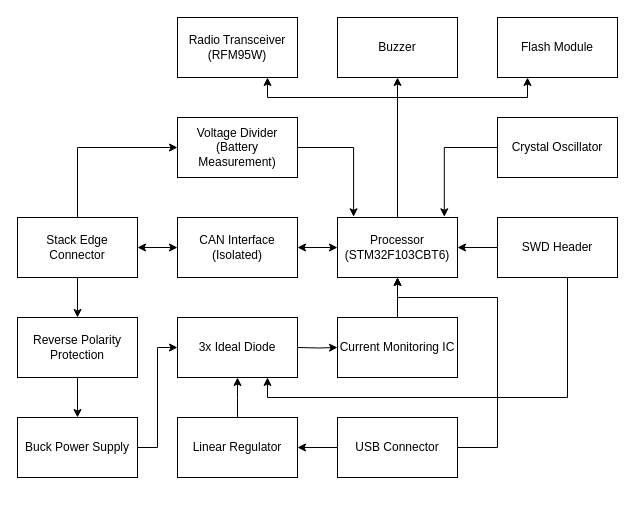
This is Diagrams/Communications_Module_Diagram.drawio from Queens-Rocket-Engineering-Team/Avionics-23-25, a draw.io file, before an edit. Source tidied: cells renumbered, new cells numbered last; positions are measured from the earlier drawing's top-left corner, leaving out a move shared by most shapes. Both pictures are drawn from the tidied source at 100%, with x=0, y=0 at pixel (17, 17).
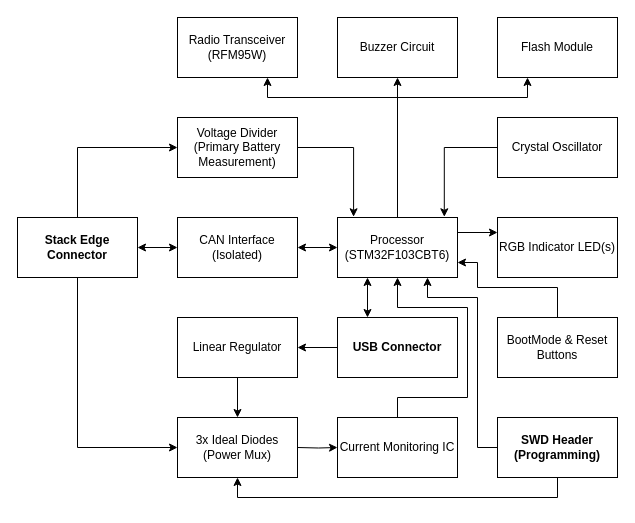
The same diagram, later.

The change refers to these unchanged cells:
```xml
<mxCell id="9" value="Processor&lt;br&gt;(STM32F103CBT6)" style="whiteSpace=wrap;html=1;" parent="1" vertex="1">
  <mxGeometry x="320" y="200" width="120" height="60" as="geometry" />
</mxCell>
```

The edit, as a diff of the source:
```diff
@@
-    <mxCell id="3" style="edgeStyle=orthogonalEdgeStyle;rounded=0;jettySize=auto;html=1;entryX=0;entryY=0.5;entryDx=0;entryDy=0;" parent="1" edge="1" source="5" target="28">
-      <mxGeometry relative="1" as="geometry">
-        <Array as="points">
-          <mxPoint x="60" y="130" />
-        </Array>
-      </mxGeometry>
-    </mxCell>
-    <mxCell id="4" style="edgeStyle=orthogonalEdgeStyle;rounded=0;jettySize=auto;html=1;" parent="1" edge="1" source="5" target="31">
-      <mxGeometry relative="1" as="geometry" />
-    </mxCell>
+    <mxCell id="35" style="edgeStyle=orthogonalEdgeStyle;rounded=0;jettySize=auto;html=1;entryX=0;entryY=0.5;entryDx=0;entryDy=0;" parent="1" edge="1" source="5" target="45">
+      <mxGeometry relative="1" as="geometry">
+        <Array as="points">
+          <mxPoint x="60" y="130" />
+        </Array>
+      </mxGeometry>
+    </mxCell>
+    <mxCell id="36" style="edgeStyle=orthogonalEdgeStyle;rounded=0;jettySize=auto;html=1;entryX=0;entryY=0.5;entryDx=0;entryDy=0;" parent="1" edge="1" source="5" target="46">
+      <mxGeometry relative="1" as="geometry">
+        <Array as="points">
+          <mxPoint x="60" y="430" />
+        </Array>
+      </mxGeometry>
+    </mxCell>
-    <mxCell id="5" value="&lt;div&gt;Stack Edge Connector&lt;/div&gt;" style="whiteSpace=wrap;html=1;" parent="1" vertex="1">
+    <mxCell id="5" value="&lt;div&gt;Stack Edge Connector&lt;/div&gt;" style="whiteSpace=wrap;html=1;fontStyle=1;" parent="1" vertex="1">
       <mxGeometry y="200" width="120" height="60" as="geometry" />
     </mxCell>
-    <mxCell id="6" style="edgeStyle=orthogonalEdgeStyle;rounded=0;jettySize=auto;html=1;exitX=0.5;exitY=0;exitDx=0;exitDy=0;entryX=0.5;entryY=1;entryDx=0;entryDy=0;" parent="1" edge="1" source="9" target="33">
-      <mxGeometry relative="1" as="geometry" />
-    </mxCell>
+    <mxCell id="37" style="edgeStyle=orthogonalEdgeStyle;rounded=0;jettySize=auto;html=1;exitX=0.5;exitY=0;exitDx=0;exitDy=0;entryX=0.5;entryY=1;entryDx=0;entryDy=0;" parent="1" edge="1" source="9" target="47">
+      <mxGeometry relative="1" as="geometry" />
+    </mxCell>
@@
+    <mxCell id="38" style="edgeStyle=orthogonalEdgeStyle;rounded=0;jettySize=auto;html=1;exitX=1;exitY=0.25;exitDx=0;exitDy=0;entryX=0;entryY=0.25;entryDx=0;entryDy=0;" parent="1" edge="1" source="9" target="48">
+      <mxGeometry relative="1" as="geometry" />
+    </mxCell>
@@
-    <mxCell id="12" style="edgeStyle=orthogonalEdgeStyle;rounded=0;jettySize=auto;html=1;" parent="1" edge="1" source="13">
-      <mxGeometry relative="1" as="geometry">
-        <mxPoint x="160" y="330" as="targetPoint" />
-        <Array as="points">
-          <mxPoint x="140" y="430" />
-          <mxPoint x="140" y="330" />
-        </Array>
-      </mxGeometry>
-    </mxCell>
-    <mxCell id="13" value="Buck Power Supply" style="whiteSpace=wrap;html=1;" parent="1" vertex="1">
-      <mxGeometry y="400" width="120" height="60" as="geometry" />
-    </mxCell>
-    <mxCell id="14" style="edgeStyle=orthogonalEdgeStyle;rounded=0;jettySize=auto;html=1;" parent="1" edge="1" source="15" target="9">
-      <mxGeometry relative="1" as="geometry" />
+    <mxCell id="14" style="edgeStyle=orthogonalEdgeStyle;rounded=0;jettySize=auto;html=1;exitX=0.5;exitY=0;exitDx=0;exitDy=0;entryX=0.5;entryY=1;entryDx=0;entryDy=0;" parent="1" edge="1" source="15" target="9">
+      <mxGeometry relative="1" as="geometry">
+        <Array as="points">
+          <mxPoint x="380" y="380" />
+          <mxPoint x="450" y="380" />
+          <mxPoint x="450" y="290" />
+          <mxPoint x="380" y="290" />
+        </Array>
+      </mxGeometry>
     </mxCell>
     <mxCell id="15" value="&lt;div&gt;Current Monitoring IC&lt;br&gt;&lt;/div&gt;" style="whiteSpace=wrap;html=1;" parent="1" vertex="1">
-      <mxGeometry x="320" y="300" width="120" height="60" as="geometry" />
+      <mxGeometry x="320" y="400" width="120" height="60" as="geometry" />
     </mxCell>
-    <mxCell id="16" style="edgeStyle=orthogonalEdgeStyle;rounded=0;jettySize=auto;html=1;" parent="1" edge="1" target="15">
-      <mxGeometry relative="1" as="geometry">
-        <mxPoint x="280" y="330" as="sourcePoint" />
-      </mxGeometry>
-    </mxCell>
+    <mxCell id="39" style="edgeStyle=orthogonalEdgeStyle;rounded=0;jettySize=auto;html=1;" parent="1" edge="1" target="15">
+      <mxGeometry relative="1" as="geometry">
+        <mxPoint x="280" y="430" as="sourcePoint" />
+      </mxGeometry>
+    </mxCell>
+    <mxCell id="18" style="edgeStyle=orthogonalEdgeStyle;rounded=0;jettySize=auto;html=1;" parent="1" edge="1" source="19" target="26">
+      <mxGeometry relative="1" as="geometry" />
+    </mxCell>
-    <mxCell id="17" style="edgeStyle=orthogonalEdgeStyle;rounded=0;jettySize=auto;html=1;" parent="1" edge="1" source="19" target="9">
-      <mxGeometry relative="1" as="geometry">
-        <Array as="points">
-          <mxPoint x="480" y="430" />
-          <mxPoint x="480" y="280" />
-          <mxPoint x="380" y="280" />
-        </Array>
-      </mxGeometry>
+    <mxCell id="17" style="edgeStyle=orthogonalEdgeStyle;rounded=0;jettySize=auto;html=1;exitX=0.25;exitY=0;exitDx=0;exitDy=0;entryX=0.25;entryY=1;entryDx=0;entryDy=0;startArrow=classic;startFill=1;" parent="1" edge="1" source="19" target="9">
+      <mxGeometry relative="1" as="geometry" />
     </mxCell>
-    <mxCell id="18" style="edgeStyle=orthogonalEdgeStyle;rounded=0;jettySize=auto;html=1;" parent="1" edge="1" source="19" target="26">
-      <mxGeometry relative="1" as="geometry" />
-    </mxCell>
-    <mxCell id="19" value="USB Connector" style="whiteSpace=wrap;html=1;" parent="1" vertex="1">
-      <mxGeometry x="320" y="400" width="120" height="60" as="geometry" />
+    <mxCell id="19" value="USB Connector" style="whiteSpace=wrap;html=1;fontStyle=1;" parent="1" vertex="1">
+      <mxGeometry x="320" y="300" width="120" height="60" as="geometry" />
     </mxCell>
-    <mxCell id="20" style="edgeStyle=orthogonalEdgeStyle;rounded=0;jettySize=auto;html=1;" parent="1" edge="1" source="22" target="9">
-      <mxGeometry relative="1" as="geometry" />
-    </mxCell>
-    <mxCell id="21" style="edgeStyle=orthogonalEdgeStyle;rounded=0;jettySize=auto;html=1;entryX=0.75;entryY=1;entryDx=0;entryDy=0;" parent="1" edge="1" source="22" target="29">
-      <mxGeometry relative="1" as="geometry">
-        <Array as="points">
-          <mxPoint x="550" y="380" />
-          <mxPoint x="250" y="380" />
-        </Array>
-      </mxGeometry>
-    </mxCell>
-    <mxCell id="22" value="&lt;div&gt;SWD Header&lt;/div&gt;" style="whiteSpace=wrap;html=1;" parent="1" vertex="1">
-      <mxGeometry x="480" y="200" width="120" height="60" as="geometry" />
-    </mxCell>
+    <mxCell id="40" style="edgeStyle=orthogonalEdgeStyle;rounded=0;jettySize=auto;html=1;entryX=0.75;entryY=1;entryDx=0;entryDy=0;" parent="1" edge="1" source="42" target="9">
+      <mxGeometry relative="1" as="geometry">
+        <Array as="points">
+          <mxPoint x="460" y="430" />
+          <mxPoint x="460" y="280" />
+          <mxPoint x="410" y="280" />
+        </Array>
+      </mxGeometry>
+    </mxCell>
+    <mxCell id="41" style="edgeStyle=orthogonalEdgeStyle;rounded=0;jettySize=auto;html=1;entryX=0.5;entryY=1;entryDx=0;entryDy=0;" parent="1" edge="1" source="42" target="46">
+      <mxGeometry relative="1" as="geometry">
+        <Array as="points">
+          <mxPoint x="540" y="480" />
+          <mxPoint x="220" y="480" />
+        </Array>
+      </mxGeometry>
+    </mxCell>
+    <mxCell id="42" value="&lt;div&gt;SWD Header&lt;/div&gt;&lt;div&gt;(Programming)&lt;/div&gt;" style="whiteSpace=wrap;html=1;fontStyle=1;" parent="1" vertex="1">
+      <mxGeometry x="480" y="400" width="120" height="60" as="geometry" />
+    </mxCell>
@@
-    <mxCell id="25" style="edgeStyle=orthogonalEdgeStyle;rounded=0;jettySize=auto;html=1;" parent="1" edge="1" source="26">
-      <mxGeometry relative="1" as="geometry">
-        <mxPoint x="220" y="360" as="targetPoint" />
-      </mxGeometry>
-    </mxCell>
+    <mxCell id="43" style="edgeStyle=orthogonalEdgeStyle;rounded=0;jettySize=auto;html=1;" parent="1" edge="1" source="26" target="46">
+      <mxGeometry relative="1" as="geometry" />
+    </mxCell>
     <mxCell id="26" value="Linear Regulator" style="whiteSpace=wrap;html=1;" parent="1" vertex="1">
-      <mxGeometry x="160" y="400" width="120" height="60" as="geometry" />
+      <mxGeometry x="160" y="300" width="120" height="60" as="geometry" />
     </mxCell>
-    <mxCell id="27" style="edgeStyle=orthogonalEdgeStyle;rounded=0;jettySize=auto;html=1;entryX=0.134;entryY=-0.012;entryDx=0;entryDy=0;entryPerimeter=0;" parent="1" edge="1" source="28" target="9">
-      <mxGeometry relative="1" as="geometry" />
-    </mxCell>
-    <mxCell id="28" value="&lt;div&gt;Voltage Divider (Battery Measurement)&lt;br&gt;&lt;/div&gt;" style="whiteSpace=wrap;html=1;" parent="1" vertex="1">
-      <mxGeometry x="160" y="100" width="120" height="60" as="geometry" />
-    </mxCell>
-    <mxCell id="29" value="3x Ideal Diode" style="whiteSpace=wrap;html=1;" parent="1" vertex="1">
-      <mxGeometry x="160" y="300" width="120" height="60" as="geometry" />
-    </mxCell>
-    <mxCell id="30" style="edgeStyle=orthogonalEdgeStyle;rounded=0;jettySize=auto;html=1;" parent="1" edge="1" source="31" target="13">
-      <mxGeometry relative="1" as="geometry" />
-    </mxCell>
-    <mxCell id="31" value="Reverse Polarity Protection" style="whiteSpace=wrap;html=1;" parent="1" vertex="1">
-      <mxGeometry y="300" width="120" height="60" as="geometry" />
-    </mxCell>
+    <mxCell id="44" style="edgeStyle=orthogonalEdgeStyle;rounded=0;jettySize=auto;html=1;entryX=0.134;entryY=-0.012;entryDx=0;entryDy=0;entryPerimeter=0;" parent="1" edge="1" source="45" target="9">
+      <mxGeometry relative="1" as="geometry" />
+    </mxCell>
+    <mxCell id="45" value="&lt;div&gt;Voltage Divider (Primary Battery Measurement)&lt;br&gt;&lt;/div&gt;" style="whiteSpace=wrap;html=1;" parent="1" vertex="1">
+      <mxGeometry x="160" y="100" width="120" height="60" as="geometry" />
+    </mxCell>
+    <mxCell id="46" value="&lt;div&gt;3x Ideal Diodes&lt;/div&gt;&lt;div&gt;(Power Mux)&lt;/div&gt;" style="whiteSpace=wrap;html=1;" parent="1" vertex="1">
+      <mxGeometry x="160" y="400" width="120" height="60" as="geometry" />
+    </mxCell>
@@
-    <mxCell id="33" value="Buzzer" style="whiteSpace=wrap;html=1;" parent="1" vertex="1">
-      <mxGeometry x="320" width="120" height="60" as="geometry" />
-    </mxCell>
+    <mxCell id="47" value="Buzzer Circuit" style="whiteSpace=wrap;html=1;" parent="1" vertex="1">
+      <mxGeometry x="320" width="120" height="60" as="geometry" />
+    </mxCell>
@@
+    <mxCell id="48" value="RGB Indicator LED(s)" style="whiteSpace=wrap;html=1;" parent="1" vertex="1">
+      <mxGeometry x="480" y="200" width="120" height="60" as="geometry" />
+    </mxCell>
+    <mxCell id="49" style="edgeStyle=orthogonalEdgeStyle;rounded=0;jettySize=auto;html=1;exitX=0.5;exitY=0;exitDx=0;exitDy=0;entryX=1;entryY=0.75;entryDx=0;entryDy=0;" parent="1" edge="1" source="50" target="9">
+      <mxGeometry relative="1" as="geometry">
+        <Array as="points">
+          <mxPoint x="540" y="270" />
+          <mxPoint x="460" y="270" />
+          <mxPoint x="460" y="245" />
+        </Array>
+      </mxGeometry>
+    </mxCell>
+    <mxCell id="50" value="&lt;div&gt;BootMode &amp;amp; Reset&lt;/div&gt;&lt;div&gt;Buttons&lt;br&gt;&lt;/div&gt;" style="whiteSpace=wrap;html=1;" parent="1" vertex="1">
+      <mxGeometry x="480" y="300" width="120" height="60" as="geometry" />
+    </mxCell>
```
